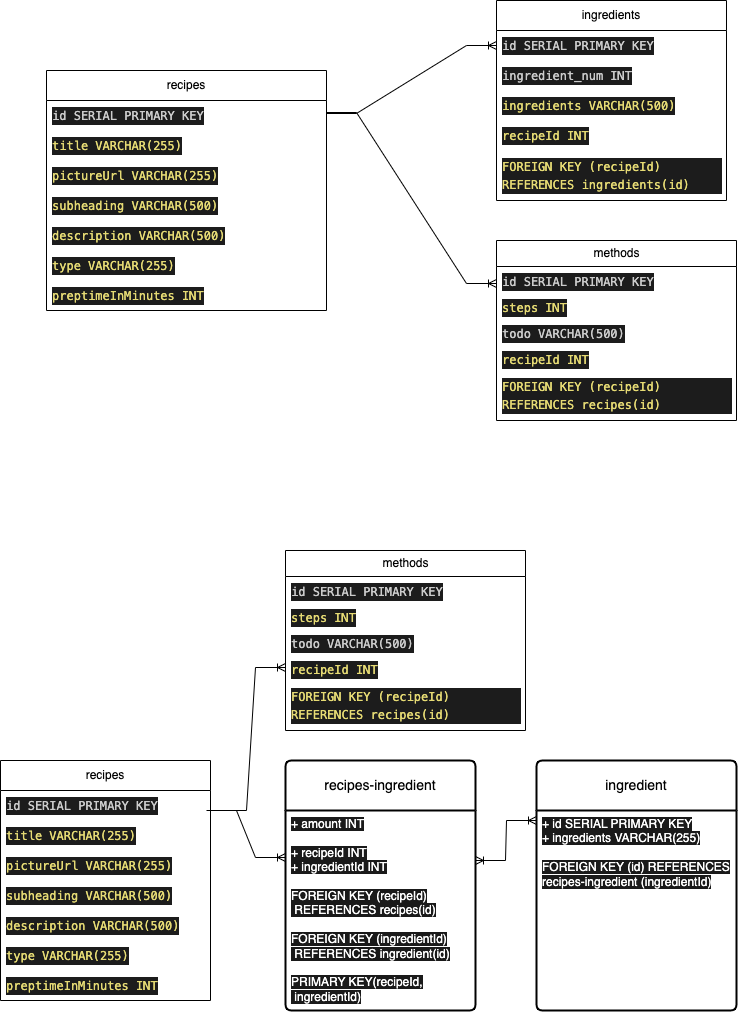
Before: images/cookbook.png, a diagram exported from draw.io (Subaru-Goto/contentful-to-postgre). Source tidied: cells renumbered, new cells last; positions are measured from the earlier drawing's top-left corner, leaving out a move shared by most shapes.
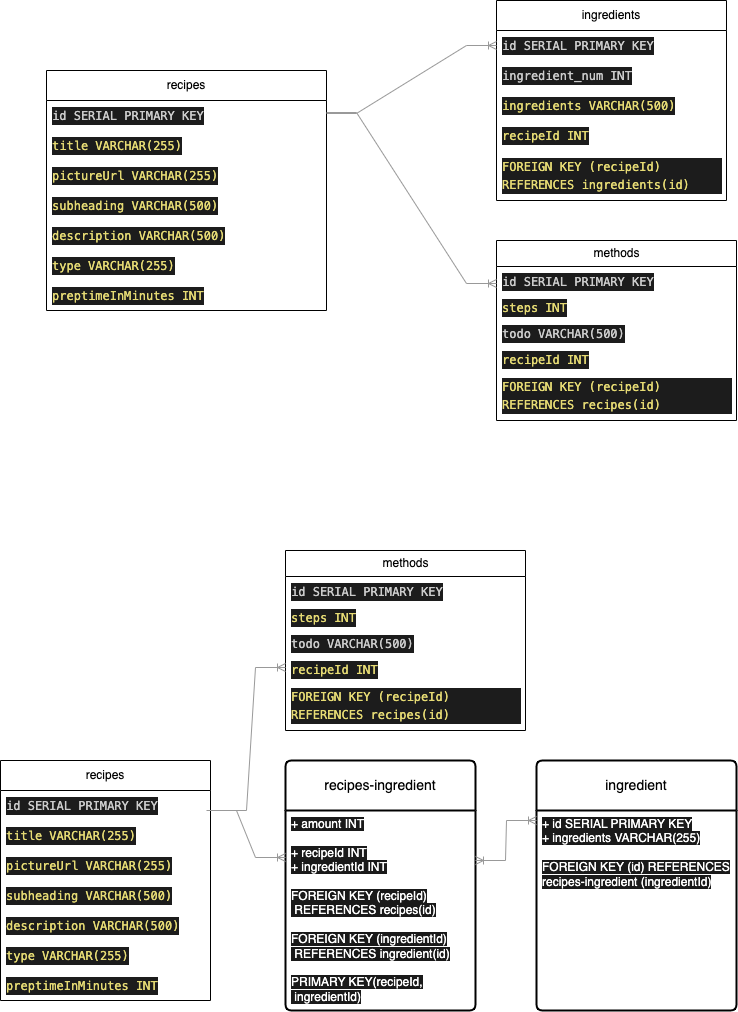
Later version of the same file.

Commit message:
update pfile color

The edit, as a diff of the source:
```diff
@@ -116,29 +116,29 @@
     <mxCell id="39" value="&lt;meta charset=&quot;utf-8&quot;&gt;&lt;div style=&quot;color: rgb(204, 204, 204); background-color: rgb(28, 28, 28); font-family: Menlo, Monaco, &amp;quot;Courier New&amp;quot;, monospace; font-weight: normal; font-size: 12px; line-height: 18px;&quot;&gt;&lt;div&gt;&lt;span style=&quot;color: #e6db74;&quot;&gt;FOREIGN KEY (recipeId) REFERENCES recipes(id)&lt;/span&gt;&lt;/div&gt;&lt;/div&gt;" style="text;strokeColor=none;fillColor=none;align=left;verticalAlign=middle;spacingLeft=4;spacingRight=4;overflow=hidden;whiteSpace=wrap;html=1;" parent="34" vertex="1">
       <mxGeometry y="130" width="240" height="50" as="geometry" />
     </mxCell>
-    <mxCell id="40" style="edgeStyle=entityRelationEdgeStyle;fontSize=12;html=1;endArrow=ERoneToMany;rounded=0;exitX=1;exitY=0.5;exitDx=0;exitDy=0;entryX=0;entryY=0.215;entryDx=0;entryDy=0;entryPerimeter=0;" parent="1" edge="1">
+    <mxCell id="40" style="edgeStyle=entityRelationEdgeStyle;fontSize=12;html=1;endArrow=ERoneToMany;rounded=0;exitX=1;exitY=0.5;exitDx=0;exitDy=0;entryX=0;entryY=0.215;entryDx=0;entryDy=0;entryPerimeter=0;strokeColor=#999999;" parent="1" edge="1">
       <mxGeometry relative="1" as="geometry">
         <mxPoint x="206" y="810" as="sourcePoint" />
         <mxPoint x="285" y="857" as="targetPoint" />
       </mxGeometry>
     </mxCell>
-    <mxCell id="41" style="edgeStyle=entityRelationEdgeStyle;fontSize=12;html=1;endArrow=ERoneToMany;rounded=0;entryX=0;entryY=0.5;entryDx=0;entryDy=0;" parent="1" edge="1" target="38">
+    <mxCell id="41" style="edgeStyle=entityRelationEdgeStyle;fontSize=12;html=1;endArrow=ERoneToMany;rounded=0;entryX=0;entryY=0.5;entryDx=0;entryDy=0;strokeColor=#999999;" parent="1" edge="1" target="38">
       <mxGeometry relative="1" as="geometry">
         <mxPoint x="216" y="810" as="sourcePoint" />
       </mxGeometry>
     </mxCell>
-    <mxCell id="42" style="edgeStyle=entityRelationEdgeStyle;fontSize=12;html=1;endArrow=ERoneToMany;rounded=0;entryX=0;entryY=0.5;entryDx=0;entryDy=0;" parent="1" edge="1" target="3">
+    <mxCell id="42" style="edgeStyle=entityRelationEdgeStyle;fontSize=12;html=1;endArrow=ERoneToMany;rounded=0;entryX=0;entryY=0.5;entryDx=0;entryDy=0;strokeColor=#999999;" parent="1" edge="1" target="3">
       <mxGeometry relative="1" as="geometry">
         <mxPoint x="326" y="113" as="sourcePoint" />
       </mxGeometry>
     </mxCell>
-    <mxCell id="43" style="edgeStyle=entityRelationEdgeStyle;fontSize=12;html=1;endArrow=ERoneToMany;rounded=0;entryX=0;entryY=0.5;entryDx=0;entryDy=0;" parent="1" edge="1">
+    <mxCell id="43" style="edgeStyle=entityRelationEdgeStyle;fontSize=12;html=1;endArrow=ERoneToMany;rounded=0;entryX=0;entryY=0.5;entryDx=0;entryDy=0;strokeColor=#999999;" parent="1" edge="1">
       <mxGeometry relative="1" as="geometry">
         <mxPoint x="326" y="112" as="sourcePoint" />
         <mxPoint x="496" y="283" as="targetPoint" />
       </mxGeometry>
     </mxCell>
-    <mxCell id="44" style="edgeStyle=entityRelationEdgeStyle;fontSize=12;html=1;endArrow=ERoneToMany;startArrow=ERoneToMany;rounded=0;exitX=1;exitY=0.25;exitDx=0;exitDy=0;" parent="1" edge="1" source="31">
+    <mxCell id="44" style="edgeStyle=entityRelationEdgeStyle;fontSize=12;html=1;endArrow=ERoneToMany;startArrow=ERoneToMany;rounded=0;exitX=1;exitY=0.25;exitDx=0;exitDy=0;strokeColor=#999999;" parent="1" edge="1" source="31">
       <mxGeometry relative="1" as="geometry">
         <mxPoint x="536" y="820" as="targetPoint" />
       </mxGeometry>
```
